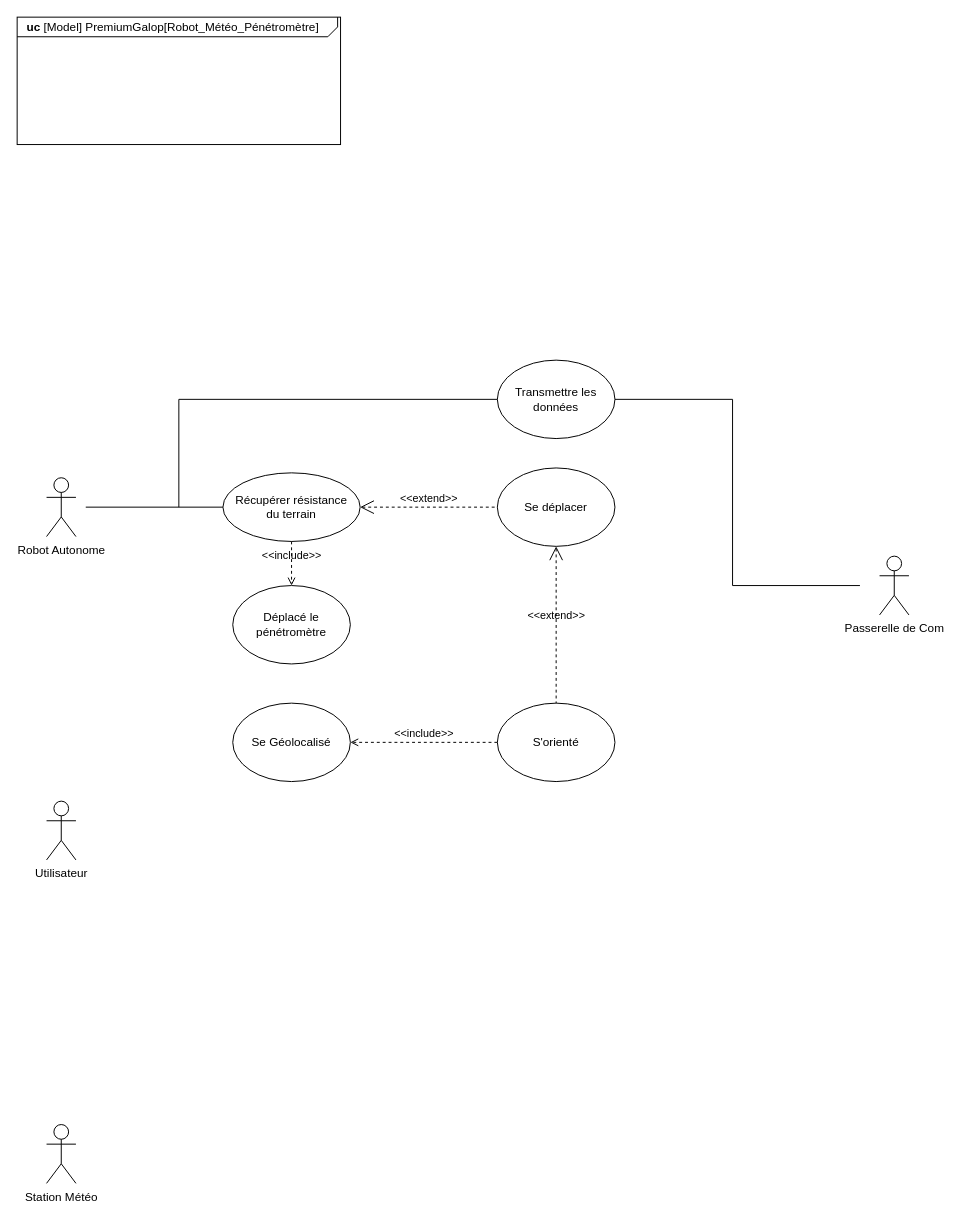
The draw.io diagram SYSML/UseCase.drawio in ToGen49/Hippodrome, before the edit. Source tidied: cells renumbered, new cells numbered last; positions are measured from the earlier drawing's top-left corner, leaving out a move shared by most shapes. Both pictures are drawn from the tidied source at 98%, with x=0, y=0 at pixel (17, 17).
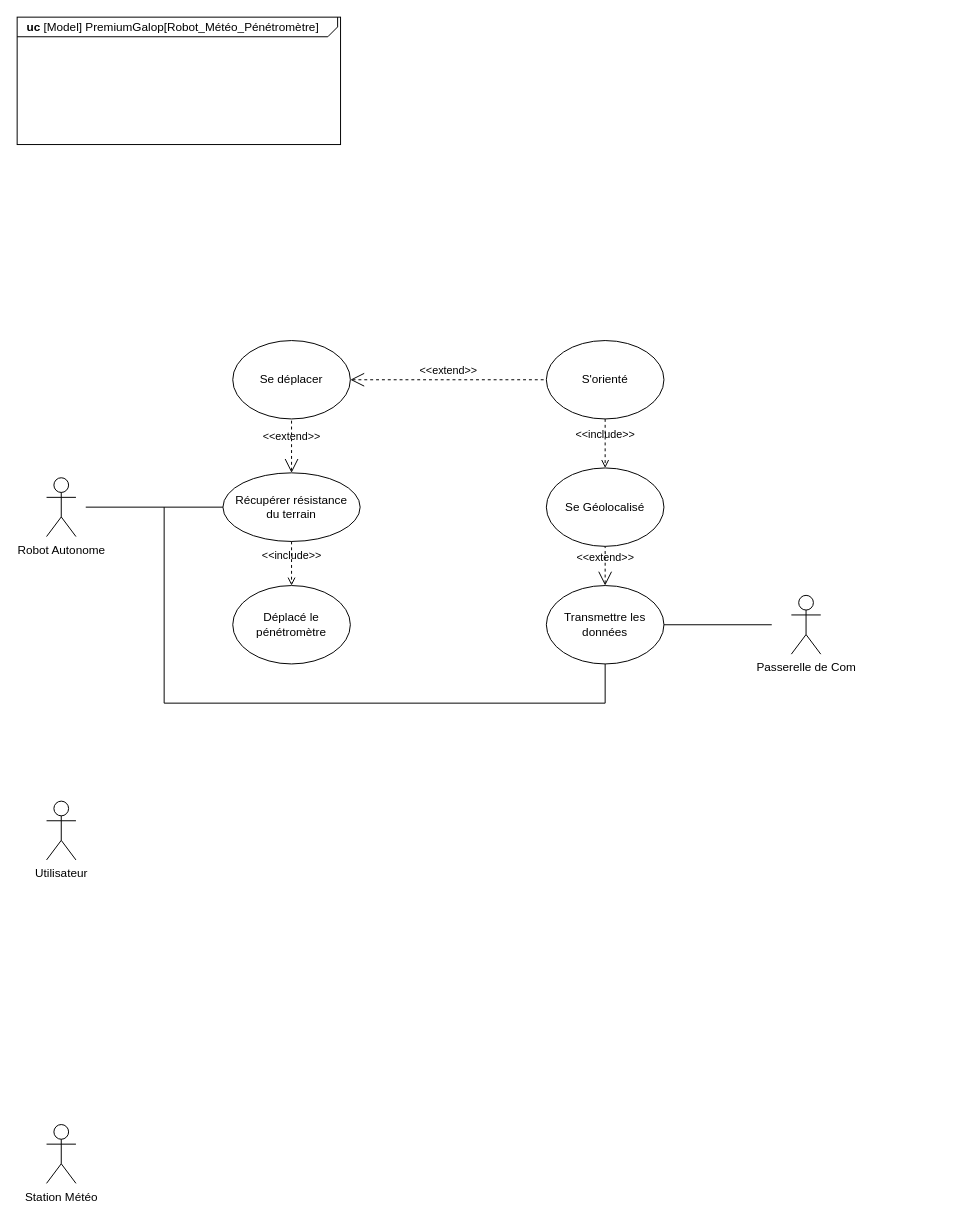
After the change.

Commit message:
Mettre à jour UseCase.drawio

The change refers to these unchanged cells:
```xml
<mxCell id="5" value="Récupérer résistance&lt;br&gt;du terrain" style="ellipse;whiteSpace=wrap;html=1;" parent="1" vertex="1">
  <mxGeometry x="210" y="465" width="140" height="70" as="geometry" />
</mxCell>
```

Diff of the diagram source:
```diff
@@
     <mxCell id="10" value="S'orienté" style="ellipse;whiteSpace=wrap;html=1;" parent="1" vertex="1">
-      <mxGeometry x="490" y="700" width="120" height="80" as="geometry" />
+      <mxGeometry x="540" y="330" width="120" height="80" as="geometry" />
     </mxCell>
     <mxCell id="11" value="Se Géolocalisé" style="ellipse;whiteSpace=wrap;html=1;" parent="1" vertex="1">
-      <mxGeometry x="220" y="700" width="120" height="80" as="geometry" />
+      <mxGeometry x="540" y="460" width="120" height="80" as="geometry" />
     </mxCell>
-    <mxCell id="12" value="&amp;lt;&amp;lt;include&amp;gt;&amp;gt;" style="edgeStyle=none;html=1;endArrow=open;verticalAlign=bottom;dashed=1;labelBackgroundColor=none;rounded=0;exitX=0;exitY=0.5;exitDx=0;exitDy=0;entryX=1;entryY=0.5;entryDx=0;entryDy=0;" parent="1" edge="1" source="10" target="11">
+    <mxCell id="12" value="&amp;lt;&amp;lt;include&amp;gt;&amp;gt;" style="edgeStyle=none;html=1;endArrow=open;verticalAlign=bottom;dashed=1;labelBackgroundColor=none;rounded=0;exitX=0.5;exitY=1;exitDx=0;exitDy=0;entryX=0.5;entryY=0;entryDx=0;entryDy=0;" parent="1" edge="1" source="10" target="11">
       <mxGeometry relative="1" as="geometry" />
     </mxCell>
     <mxCell id="13" value="Se déplacer" style="ellipse;whiteSpace=wrap;html=1;" parent="1" vertex="1">
-      <mxGeometry x="490" y="460" width="120" height="80" as="geometry" />
+      <mxGeometry x="220" y="330" width="120" height="80" as="geometry" />
     </mxCell>
-    <mxCell id="14" value="&amp;lt;&amp;lt;extend&amp;gt;&amp;gt;" style="edgeStyle=none;html=1;startArrow=open;endArrow=none;startSize=12;verticalAlign=bottom;dashed=1;labelBackgroundColor=none;rounded=0;entryX=0;entryY=0.5;entryDx=0;entryDy=0;exitX=1;exitY=0.5;exitDx=0;exitDy=0;" parent="1" edge="1" source="5" target="13">
+    <mxCell id="14" value="&amp;lt;&amp;lt;extend&amp;gt;&amp;gt;" style="edgeStyle=none;html=1;startArrow=open;endArrow=none;startSize=12;verticalAlign=bottom;dashed=1;labelBackgroundColor=none;rounded=0;entryX=0.5;entryY=1;entryDx=0;entryDy=0;exitX=0.5;exitY=0;exitDx=0;exitDy=0;" parent="1" edge="1" source="5" target="13">
       <mxGeometry relative="1" as="geometry" />
     </mxCell>
-    <mxCell id="15" value="&amp;lt;&amp;lt;extend&amp;gt;&amp;gt;" style="edgeStyle=none;html=1;startArrow=open;endArrow=none;startSize=12;verticalAlign=bottom;dashed=1;labelBackgroundColor=none;rounded=0;exitX=0.5;exitY=1;exitDx=0;exitDy=0;entryX=0.5;entryY=0;entryDx=0;entryDy=0;" parent="1" edge="1" source="13" target="10">
+    <mxCell id="15" value="&amp;lt;&amp;lt;extend&amp;gt;&amp;gt;" style="edgeStyle=none;html=1;startArrow=open;endArrow=none;startSize=12;verticalAlign=bottom;dashed=1;labelBackgroundColor=none;rounded=0;exitX=1;exitY=0.5;exitDx=0;exitDy=0;entryX=0;entryY=0.5;entryDx=0;entryDy=0;" parent="1" edge="1" source="13" target="10">
       <mxGeometry relative="1" as="geometry" />
     </mxCell>
     <mxCell id="16" value="Transmettre les données" style="ellipse;whiteSpace=wrap;html=1;" parent="1" vertex="1">
-      <mxGeometry x="490" y="350" width="120" height="80" as="geometry" />
+      <mxGeometry x="540" y="580" width="120" height="80" as="geometry" />
     </mxCell>
-    <mxCell id="17" style="endArrow=none;html=1;rounded=0;exitX=0;exitY=0.5;exitDx=0;exitDy=0;" parent="1" edge="1" source="16">
+    <mxCell id="17" style="endArrow=none;html=1;rounded=0;exitX=0.5;exitY=1;exitDx=0;exitDy=0;" parent="1" edge="1" source="16">
       <mxGeometry relative="1" as="geometry">
-        <mxPoint x="165" y="500" as="targetPoint" />
+        <mxPoint x="150" y="500" as="targetPoint" />
         <Array as="points">
-          <mxPoint x="165" y="390" />
+          <mxPoint x="600" y="700" />
+          <mxPoint x="150" y="700" />
         </Array>
       </mxGeometry>
     </mxCell>
     <mxCell id="18" value="Passerelle de Com" style="shape=umlActor;verticalLabelPosition=bottom;verticalAlign=top;html=1;" parent="1" vertex="1">
-      <mxGeometry x="880" y="550" width="30" height="60" as="geometry" />
+      <mxGeometry x="790" y="590" width="30" height="60" as="geometry" />
     </mxCell>
     <mxCell id="19" style="endArrow=none;html=1;rounded=0;exitX=1;exitY=0.5;exitDx=0;exitDy=0;" parent="1" edge="1" source="16">
       <mxGeometry relative="1" as="geometry">
-        <mxPoint x="860" y="580" as="targetPoint" />
-        <Array as="points">
-          <mxPoint x="730" y="390" />
-          <mxPoint x="730" y="580" />
-        </Array>
+        <mxPoint x="770" y="620" as="targetPoint" />
       </mxGeometry>
     </mxCell>
+    <mxCell id="20" value="&amp;lt;&amp;lt;extend&amp;gt;&amp;gt;" style="edgeStyle=none;html=1;startArrow=open;endArrow=none;startSize=12;verticalAlign=bottom;dashed=1;labelBackgroundColor=none;rounded=0;exitX=0.5;exitY=0;exitDx=0;exitDy=0;entryX=0.5;entryY=1;entryDx=0;entryDy=0;" parent="1" edge="1" source="16" target="11">
+      <mxGeometry relative="1" as="geometry" />
+    </mxCell>
```
